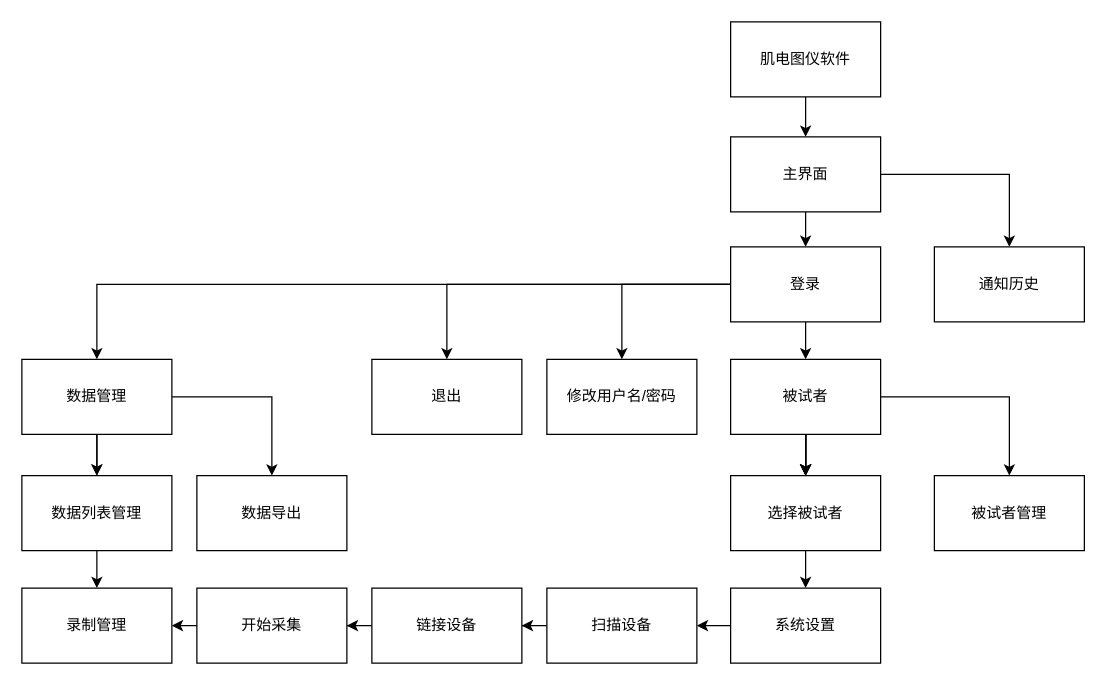
Earlier version of the draw.io diagram 概念设计-组成模块层次结构图.drawio (yz360307/draw). Source tidied: cells renumbered, new cells numbered last; positions are measured from the earlier drawing's top-left corner, leaving out a move shared by most shapes. Both pictures are drawn from the tidied source at 125%, with x=0, y=0 at pixel (21, 21).
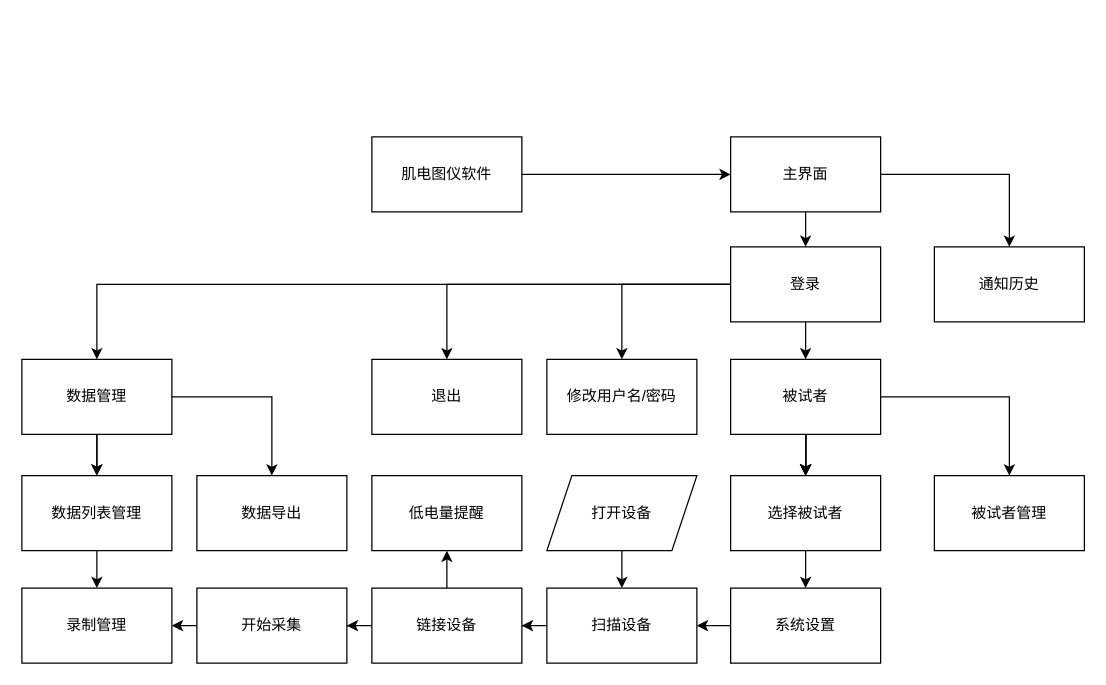
Above is the later version.

Commit message:
更新概念设计-组成模块层次结构图.drawio

Unchanged cells that the change refers to:
```xml
<mxCell id="35" value="扫描设备" style="whiteSpace=wrap;html=1;rounded=0;" parent="1" vertex="1">
  <mxGeometry x="420" y="453" width="120" height="60" as="geometry" />
</mxCell>
<mxCell id="37" value="链接设备" style="whiteSpace=wrap;html=1;rounded=0;" parent="1" vertex="1">
  <mxGeometry x="280" y="453" width="120" height="60" as="geometry" />
</mxCell>
```

Diff of the diagram source:
```diff
@@
     <mxCell id="3" value="肌电图仪软件" style="rounded=0;whiteSpace=wrap;html=1;" parent="1" vertex="1">
-      <mxGeometry x="567" width="120" height="60" as="geometry" />
+      <mxGeometry x="280" y="92" width="120" height="60" as="geometry" />
     </mxCell>
@@
+    <mxCell id="42" style="edgeStyle=orthogonalEdgeStyle;rounded=0;jettySize=auto;html=1;" parent="1" edge="1" source="37" target="45">
+      <mxGeometry relative="1" as="geometry" />
+    </mxCell>
@@
+    <mxCell id="43" style="edgeStyle=orthogonalEdgeStyle;rounded=0;jettySize=auto;html=1;exitX=0.5;exitY=1;exitDx=0;exitDy=0;entryX=0.5;entryY=0;entryDx=0;entryDy=0;" parent="1" edge="1" source="44" target="35">
+      <mxGeometry relative="1" as="geometry" />
+    </mxCell>
+    <mxCell id="44" value="打开设备" style="shape=parallelogram;perimeter=parallelogramPerimeter;whiteSpace=wrap;html=1;fixedSize=1;" parent="1" vertex="1">
+      <mxGeometry x="420" y="363" width="120" height="60" as="geometry" />
+    </mxCell>
+    <mxCell id="45" value="低电量提醒" style="whiteSpace=wrap;html=1;rounded=0;" parent="1" vertex="1">
+      <mxGeometry x="280" y="363" width="120" height="60" as="geometry" />
+    </mxCell>
```
